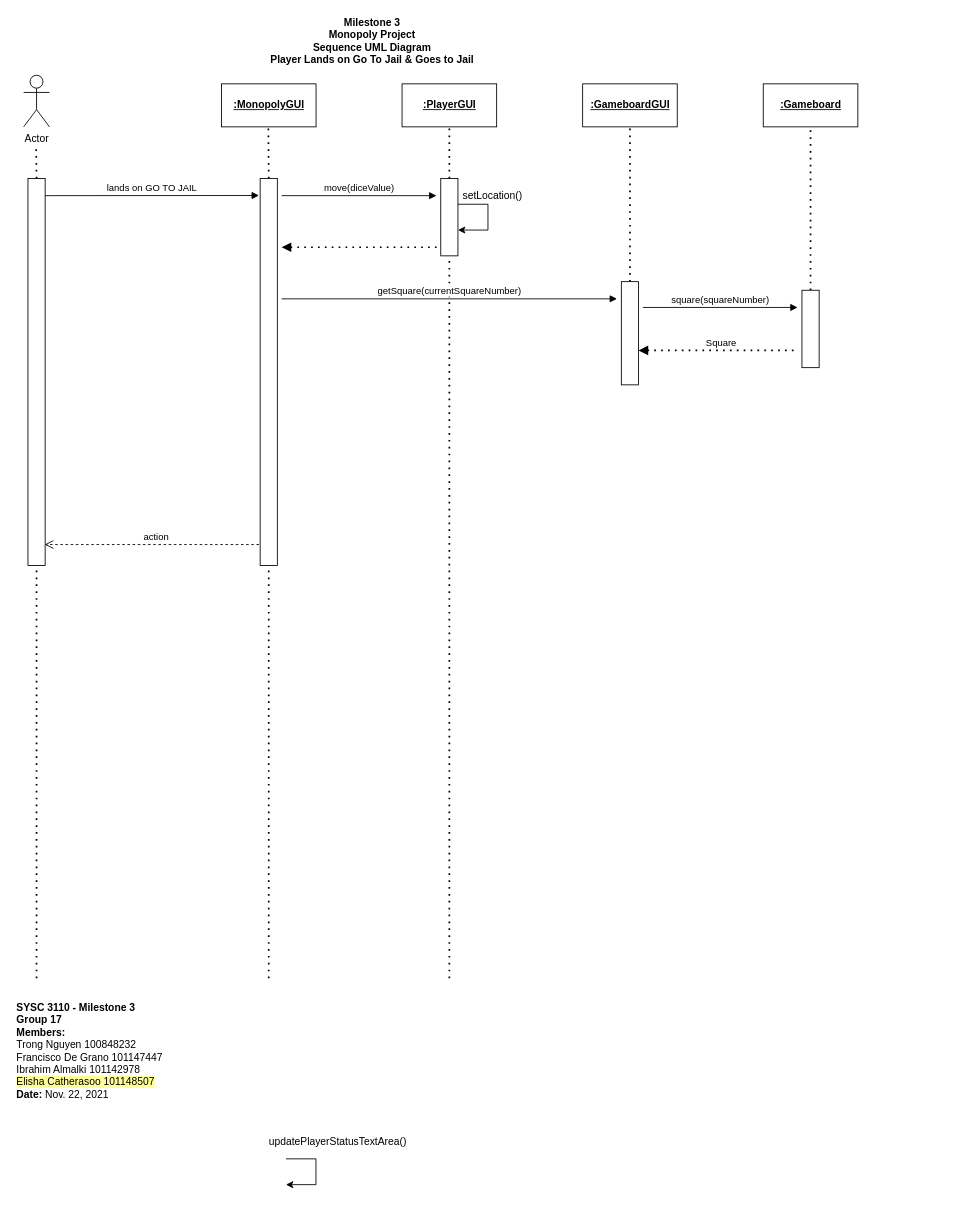
Before: page "SequenceUML_2" (3 of 5) of M3_ClassUML.drawio in trong0dn/monopoly, a draw.io diagram. Source tidied: cells renumbered, new cells numbered last; positions are measured from the earlier drawing's top-left corner, leaving out a move shared by most shapes. Both pictures are drawn from the tidied source at 86%, with x=0, y=0 at pixel (15, 15).
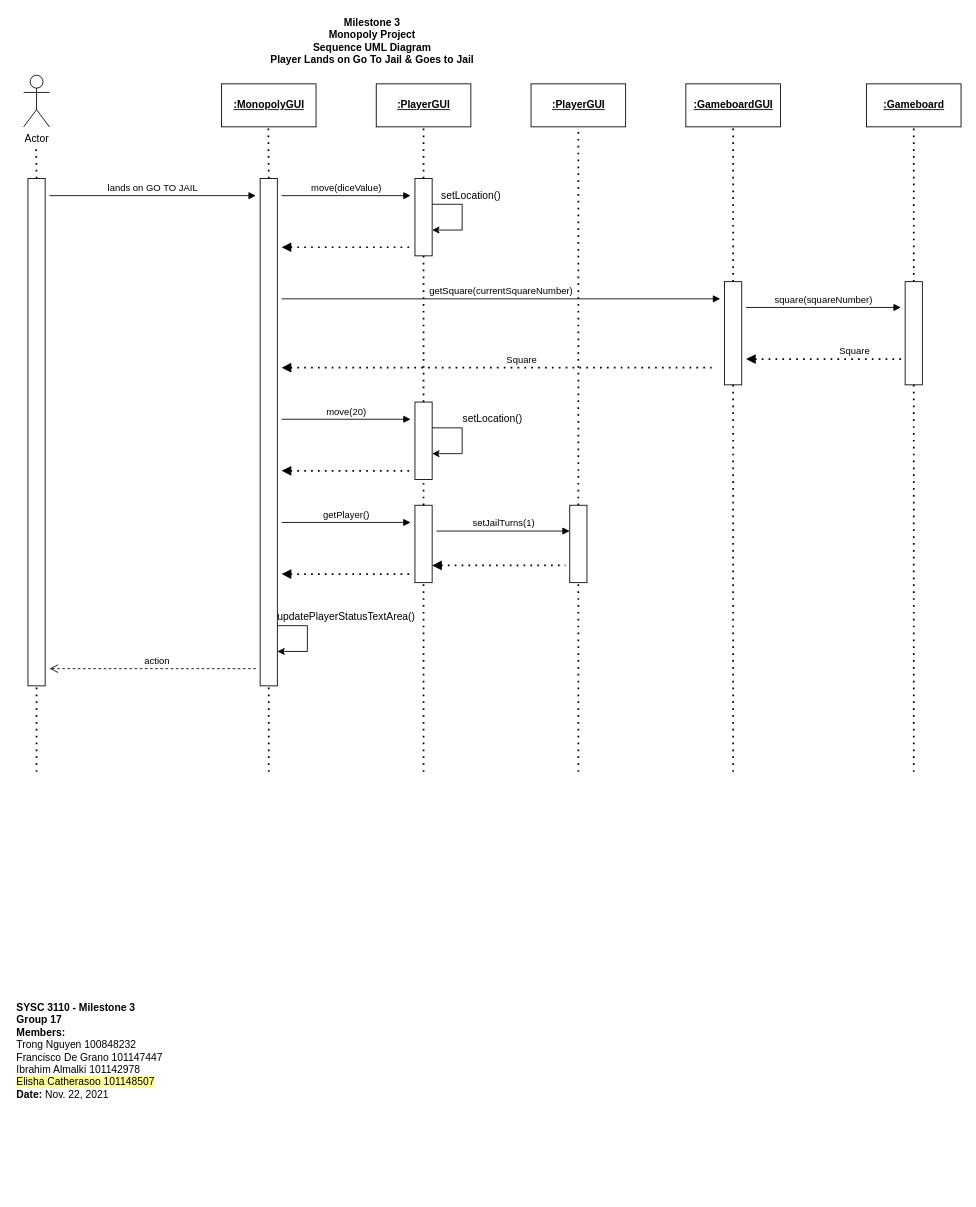
The same diagram, later.

Change to the diagram source:
```diff
@@
     <mxCell id="4" value="&lt;b&gt;&lt;u&gt;:PlayerGUI&lt;/u&gt;&lt;/b&gt;" style="html=1;align=center;" parent="1" vertex="1">
-      <mxGeometry x="450" y="80" width="110" height="50" as="geometry" />
+      <mxGeometry x="420" y="80" width="110" height="50" as="geometry" />
     </mxCell>
     <mxCell id="5" style="rounded=0;whiteSpace=wrap;html=1;align=left;" parent="1" vertex="1">
-      <mxGeometry x="495" y="190" width="20" height="90" as="geometry" />
+      <mxGeometry x="465" y="190" width="20" height="90" as="geometry" />
     </mxCell>
     <mxCell id="6" style="endArrow=none;dashed=1;html=1;dashPattern=1 3;strokeWidth=2;rounded=0;exitX=0.5;exitY=0;exitDx=0;exitDy=0;entryX=0.5;entryY=1;entryDx=0;entryDy=0;" parent="1" edge="1" source="5">
       <mxGeometry relative="1" as="geometry">
-        <mxPoint x="505" y="130" as="targetPoint" />
+        <mxPoint x="475" y="130" as="targetPoint" />
       </mxGeometry>
     </mxCell>
-    <mxCell id="7" style="endArrow=none;dashed=1;html=1;dashPattern=1 3;strokeWidth=2;rounded=0;entryX=0.5;entryY=1;entryDx=0;entryDy=0;" parent="1" edge="1" target="5">
-      <mxGeometry relative="1" as="geometry">
-        <mxPoint x="505" y="1120" as="sourcePoint" />
-      </mxGeometry>
+    <mxCell id="7" style="endArrow=none;dashed=1;html=1;dashPattern=1 3;strokeWidth=2;rounded=0;entryX=0.5;entryY=1;entryDx=0;entryDy=0;exitX=0.5;exitY=0;exitDx=0;exitDy=0;" parent="1" edge="1" source="42" target="5">
+      <mxGeometry relative="1" as="geometry" />
     </mxCell>
@@
     <mxCell id="9" style="rounded=0;whiteSpace=wrap;html=1;align=left;" parent="1" vertex="1">
-      <mxGeometry x="285" y="190" width="20" height="450" as="geometry" />
+      <mxGeometry x="285" y="190" width="20" height="590" as="geometry" />
     </mxCell>
     <mxCell id="10" value="move(diceValue)" style="html=1;verticalAlign=bottom;endArrow=block;rounded=0;" parent="1" edge="1">
       <mxGeometry relative="1" as="geometry">
         <mxPoint x="310" y="210" as="sourcePoint" />
-        <mxPoint x="490" y="210" as="targetPoint" />
+        <mxPoint x="460" y="210" as="targetPoint" />
       </mxGeometry>
     </mxCell>
@@
     <mxCell id="12" style="endArrow=none;dashed=1;html=1;dashPattern=1 3;strokeWidth=2;rounded=0;entryX=0.5;entryY=1;entryDx=0;entryDy=0;" parent="1" edge="1" target="9">
       <mxGeometry relative="1" as="geometry">
-        <mxPoint x="295" y="1120" as="sourcePoint" />
+        <mxPoint x="295" y="880" as="sourcePoint" />
       </mxGeometry>
     </mxCell>
     <mxCell id="13" value="updatePlayerStatusTextArea()" style="text;html=1;align=center;verticalAlign=middle;strokeColor=none;fillColor=none;" parent="1" vertex="1">
-      <mxGeometry x="285" y="1300" width="180" height="20" as="geometry" />
+      <mxGeometry x="295" y="690" width="180" height="20" as="geometry" />
     </mxCell>
     <mxCell id="14" style="group;" parent="1" vertex="1">
-      <mxGeometry x="315" y="1330" width="35" height="30" as="geometry" />
+      <mxGeometry x="305" y="710" width="35" height="30" as="geometry" />
     </mxCell>
@@
     <mxCell id="20" style="rounded=0;whiteSpace=wrap;html=1;align=left;" parent="1" vertex="1">
-      <mxGeometry x="15" y="190" width="20" height="450" as="geometry" />
+      <mxGeometry x="15" y="190" width="20" height="590" as="geometry" />
     </mxCell>
-    <mxCell id="21" value="lands on GO TO JAIL" style="html=1;verticalAlign=bottom;endArrow=block;rounded=0;entryX=-0.067;entryY=0.044;entryDx=0;entryDy=0;entryPerimeter=0;" parent="1" edge="1" target="9">
+    <mxCell id="21" value="lands on GO TO JAIL" style="html=1;verticalAlign=bottom;endArrow=block;rounded=0;" parent="1" edge="1">
       <mxGeometry relative="1" as="geometry">
-        <mxPoint x="35" y="210" as="sourcePoint" />
+        <mxPoint x="40" y="210" as="sourcePoint" />
+        <mxPoint x="280" y="210" as="targetPoint" />
       </mxGeometry>
     </mxCell>
-    <mxCell id="22" value="action" style="html=1;verticalAlign=bottom;endArrow=open;dashed=1;endSize=8;rounded=0;exitX=-0.067;exitY=0.946;exitDx=0;exitDy=0;entryX=0.975;entryY=0.946;entryDx=0;entryDy=0;entryPerimeter=0;align=center;exitPerimeter=0;" parent="1" edge="1" source="9" target="20">
-      <mxGeometry x="-0.04" relative="1" as="geometry" />
+    <mxCell id="22" value="action" style="html=1;verticalAlign=bottom;endArrow=open;dashed=1;endSize=8;rounded=0;align=center;" parent="1" edge="1">
+      <mxGeometry x="-0.04" relative="1" as="geometry">
+        <mxPoint x="280" y="760" as="sourcePoint" />
+        <mxPoint x="40" y="760" as="targetPoint" />
+      </mxGeometry>
     </mxCell>
     <mxCell id="23" style="endArrow=none;dashed=1;html=1;dashPattern=1 3;strokeWidth=2;rounded=0;entryX=0.5;entryY=1;entryDx=0;entryDy=0;" parent="1" edge="1" target="20">
       <mxGeometry relative="1" as="geometry">
-        <mxPoint x="25" y="1120" as="sourcePoint" />
+        <mxPoint x="25" y="880" as="sourcePoint" />
       </mxGeometry>
     </mxCell>
     <mxCell id="24" value="&lt;b&gt;&lt;u&gt;:GameboardGUI&lt;/u&gt;&lt;/b&gt;" style="html=1;align=center;" parent="1" vertex="1">
-      <mxGeometry x="660" y="80" width="110" height="50" as="geometry" />
+      <mxGeometry x="780" y="80" width="110" height="50" as="geometry" />
     </mxCell>
     <mxCell id="25" style="endArrow=none;dashed=1;html=1;dashPattern=1 3;strokeWidth=2;rounded=0;entryX=0.5;entryY=1;entryDx=0;entryDy=0;exitX=0.5;exitY=0;exitDx=0;exitDy=0;" parent="1" edge="1" source="31">
       <mxGeometry relative="1" as="geometry">
-        <mxPoint x="715" y="130" as="targetPoint" />
+        <mxPoint x="835" y="130" as="targetPoint" />
       </mxGeometry>
     </mxCell>
     <mxCell id="26" style="group;" parent="1" vertex="1">
-      <mxGeometry x="515" y="220" width="35" height="30" as="geometry" />
+      <mxGeometry x="485" y="220" width="35" height="30" as="geometry" />
     </mxCell>
@@
     <mxCell id="30" value="setLocation()" style="text;html=1;align=center;verticalAlign=middle;strokeColor=none;fillColor=none;" parent="1" vertex="1">
-      <mxGeometry x="510" y="200" width="90" height="20" as="geometry" />
+      <mxGeometry x="485" y="200" width="90" height="20" as="geometry" />
     </mxCell>
     <mxCell id="31" style="rounded=0;whiteSpace=wrap;html=1;align=left;" parent="1" vertex="1">
-      <mxGeometry x="705" y="310" width="20" height="120" as="geometry" />
+      <mxGeometry x="825" y="310" width="20" height="120" as="geometry" />
     </mxCell>
     <mxCell id="32" value="getSquare(currentSquareNumber)" style="html=1;verticalAlign=bottom;endArrow=block;rounded=0;" parent="1" edge="1">
       <mxGeometry relative="1" as="geometry">
         <mxPoint x="310" y="330" as="sourcePoint" />
-        <mxPoint x="700" y="330" as="targetPoint" />
+        <mxPoint x="820" y="330" as="targetPoint" />
       </mxGeometry>
     </mxCell>
     <mxCell id="33" style="endArrow=none;dashed=1;html=1;dashPattern=1 3;strokeWidth=2;rounded=0;startArrow=block;startFill=1;" parent="1" edge="1">
       <mxGeometry relative="1" as="geometry">
         <mxPoint x="310" y="270" as="sourcePoint" />
-        <mxPoint x="495" y="270" as="targetPoint" />
+        <mxPoint x="460" y="270" as="targetPoint" />
       </mxGeometry>
     </mxCell>
     <mxCell id="34" value="&lt;b&gt;&lt;u&gt;:Gameboard&lt;/u&gt;&lt;/b&gt;" style="html=1;align=center;" parent="1" vertex="1">
-      <mxGeometry x="870" y="80" width="110" height="50" as="geometry" />
+      <mxGeometry x="990" y="80" width="110" height="50" as="geometry" />
     </mxCell>
     <mxCell id="35" style="endArrow=none;dashed=1;html=1;dashPattern=1 3;strokeWidth=2;rounded=0;entryX=0.5;entryY=1;entryDx=0;entryDy=0;exitX=0.5;exitY=0;exitDx=0;exitDy=0;" parent="1" edge="1" source="36">
       <mxGeometry relative="1" as="geometry">
-        <mxPoint x="925" y="130" as="targetPoint" />
+        <mxPoint x="1045" y="130" as="targetPoint" />
       </mxGeometry>
     </mxCell>
     <mxCell id="36" style="rounded=0;whiteSpace=wrap;html=1;align=left;" parent="1" vertex="1">
-      <mxGeometry x="915" y="320" width="20" height="90" as="geometry" />
+      <mxGeometry x="1035" y="310" width="20" height="120" as="geometry" />
     </mxCell>
     <mxCell id="37" value="square(squareNumber)" style="html=1;verticalAlign=bottom;endArrow=block;rounded=0;" parent="1" edge="1">
       <mxGeometry relative="1" as="geometry">
-        <mxPoint x="730" y="340" as="sourcePoint" />
-        <mxPoint x="910" y="340" as="targetPoint" />
+        <mxPoint x="850" y="340" as="sourcePoint" />
+        <mxPoint x="1030" y="340" as="targetPoint" />
       </mxGeometry>
     </mxCell>
     <mxCell id="38" style="endArrow=none;dashed=1;html=1;dashPattern=1 3;strokeWidth=2;rounded=0;startArrow=block;startFill=1;" parent="1" edge="1">
       <mxGeometry relative="1" as="geometry">
-        <mxPoint x="725" y="390" as="sourcePoint" />
-        <mxPoint x="910" y="390" as="targetPoint" />
+        <mxPoint x="850" y="400" as="sourcePoint" />
+        <mxPoint x="1035" y="400" as="targetPoint" />
       </mxGeometry>
     </mxCell>
     <mxCell id="39" value="Square" style="edgeLabel;html=1;align=center;verticalAlign=middle;" parent="38" vertex="1">
       <mxGeometry x="0.16" y="1" relative="1" as="geometry">
-        <mxPoint x="-12" y="-9" as="offset" />
+        <mxPoint x="18" y="-9" as="offset" />
       </mxGeometry>
     </mxCell>
+    <mxCell id="40" style="endArrow=none;dashed=1;html=1;dashPattern=1 3;strokeWidth=2;rounded=0;startArrow=block;startFill=1;" parent="1" edge="1">
+      <mxGeometry relative="1" as="geometry">
+        <mxPoint x="310" y="410" as="sourcePoint" />
+        <mxPoint x="810" y="410" as="targetPoint" />
+      </mxGeometry>
+    </mxCell>
+    <mxCell id="41" value="Square" style="edgeLabel;html=1;align=center;verticalAlign=middle;" parent="40" vertex="1">
+      <mxGeometry x="0.16" y="1" relative="1" as="geometry">
+        <mxPoint x="-12" y="-9" as="offset" />
+      </mxGeometry>
+    </mxCell>
+    <mxCell id="42" style="rounded=0;whiteSpace=wrap;html=1;align=left;" parent="1" vertex="1">
+      <mxGeometry x="465" y="450" width="20" height="90" as="geometry" />
+    </mxCell>
+    <mxCell id="43" value="move(20)" style="html=1;verticalAlign=bottom;endArrow=block;rounded=0;" parent="1" edge="1">
+      <mxGeometry relative="1" as="geometry">
+        <mxPoint x="310" y="470" as="sourcePoint" />
+        <mxPoint x="460" y="470" as="targetPoint" />
+      </mxGeometry>
+    </mxCell>
+    <mxCell id="44" style="group;" parent="1" vertex="1">
+      <mxGeometry x="485" y="480" width="35" height="30" as="geometry" />
+    </mxCell>
+    <mxCell id="45" style="endArrow=none;html=1;rounded=0;" parent="44" edge="1">
+      <mxGeometry relative="1" as="geometry">
+        <mxPoint as="sourcePoint" />
+        <mxPoint x="35" as="targetPoint" />
+      </mxGeometry>
+    </mxCell>
+    <mxCell id="46" style="endArrow=none;html=1;rounded=0;" parent="44" edge="1">
+      <mxGeometry relative="1" as="geometry">
+        <mxPoint x="34.9" as="sourcePoint" />
+        <mxPoint x="34.9" y="30" as="targetPoint" />
+      </mxGeometry>
+    </mxCell>
+    <mxCell id="47" style="endArrow=classic;html=1;rounded=0;" parent="44" edge="1">
+      <mxGeometry relative="1" as="geometry">
+        <mxPoint x="35" y="30" as="sourcePoint" />
+        <mxPoint y="30" as="targetPoint" />
+      </mxGeometry>
+    </mxCell>
+    <mxCell id="48" value="setLocation()" style="text;html=1;align=center;verticalAlign=middle;strokeColor=none;fillColor=none;" parent="1" vertex="1">
+      <mxGeometry x="510" y="460" width="90" height="20" as="geometry" />
+    </mxCell>
+    <mxCell id="49" style="endArrow=none;dashed=1;html=1;dashPattern=1 3;strokeWidth=2;rounded=0;startArrow=block;startFill=1;" parent="1" edge="1">
+      <mxGeometry relative="1" as="geometry">
+        <mxPoint x="310" y="530" as="sourcePoint" />
+        <mxPoint x="460" y="530" as="targetPoint" />
+      </mxGeometry>
+    </mxCell>
+    <mxCell id="50" style="rounded=0;whiteSpace=wrap;html=1;align=left;" parent="1" vertex="1">
+      <mxGeometry x="465" y="570" width="20" height="90" as="geometry" />
+    </mxCell>
+    <mxCell id="51" style="endArrow=none;dashed=1;html=1;dashPattern=1 3;strokeWidth=2;rounded=0;entryX=0.5;entryY=1;entryDx=0;entryDy=0;exitX=0.5;exitY=0;exitDx=0;exitDy=0;" parent="1" edge="1" source="50" target="42">
+      <mxGeometry relative="1" as="geometry" />
+    </mxCell>
+    <mxCell id="52" value="getPlayer()" style="html=1;verticalAlign=bottom;endArrow=block;rounded=0;" parent="1" edge="1">
+      <mxGeometry relative="1" as="geometry">
+        <mxPoint x="310" y="590" as="sourcePoint" />
+        <mxPoint x="460" y="590" as="targetPoint" />
+      </mxGeometry>
+    </mxCell>
+    <mxCell id="53" style="endArrow=none;dashed=1;html=1;dashPattern=1 3;strokeWidth=2;rounded=0;startArrow=block;startFill=1;" parent="1" edge="1">
+      <mxGeometry relative="1" as="geometry">
+        <mxPoint x="310" y="650" as="sourcePoint" />
+        <mxPoint x="460" y="650" as="targetPoint" />
+      </mxGeometry>
+    </mxCell>
+    <mxCell id="54" value="&lt;b&gt;&lt;u&gt;:PlayerGUI&lt;/u&gt;&lt;/b&gt;" style="html=1;align=center;" parent="1" vertex="1">
+      <mxGeometry x="600" y="80" width="110" height="50" as="geometry" />
+    </mxCell>
+    <mxCell id="55" style="endArrow=none;dashed=1;html=1;dashPattern=1 3;strokeWidth=2;rounded=0;exitX=0.5;exitY=0;exitDx=0;exitDy=0;entryX=0.5;entryY=1;entryDx=0;entryDy=0;" parent="1" edge="1" source="56">
+      <mxGeometry relative="1" as="geometry">
+        <mxPoint x="655" y="130" as="targetPoint" />
+      </mxGeometry>
+    </mxCell>
+    <mxCell id="56" style="rounded=0;whiteSpace=wrap;html=1;align=left;" parent="1" vertex="1">
+      <mxGeometry x="645" y="570" width="20" height="90" as="geometry" />
+    </mxCell>
+    <mxCell id="57" value="setJailTurns(1)" style="html=1;verticalAlign=bottom;endArrow=block;rounded=0;" parent="1" edge="1">
+      <mxGeometry relative="1" as="geometry">
+        <mxPoint x="490" y="600" as="sourcePoint" />
+        <mxPoint x="645" y="600" as="targetPoint" />
+      </mxGeometry>
+    </mxCell>
+    <mxCell id="58" style="endArrow=none;dashed=1;html=1;dashPattern=1 3;strokeWidth=2;rounded=0;startArrow=block;startFill=1;" parent="1" edge="1">
+      <mxGeometry relative="1" as="geometry">
+        <mxPoint x="485" y="640" as="sourcePoint" />
+        <mxPoint x="640" y="640" as="targetPoint" />
+      </mxGeometry>
+    </mxCell>
+    <mxCell id="59" style="endArrow=none;dashed=1;html=1;dashPattern=1 3;strokeWidth=2;rounded=0;entryX=0.5;entryY=1;entryDx=0;entryDy=0;" parent="1" edge="1" target="50">
+      <mxGeometry relative="1" as="geometry">
+        <mxPoint x="475" y="880" as="sourcePoint" />
+      </mxGeometry>
+    </mxCell>
+    <mxCell id="60" style="endArrow=none;dashed=1;html=1;dashPattern=1 3;strokeWidth=2;rounded=0;entryX=0.5;entryY=1;entryDx=0;entryDy=0;" parent="1" edge="1" target="56">
+      <mxGeometry relative="1" as="geometry">
+        <mxPoint x="655" y="880" as="sourcePoint" />
+      </mxGeometry>
+    </mxCell>
+    <mxCell id="61" style="endArrow=none;dashed=1;html=1;dashPattern=1 3;strokeWidth=2;rounded=0;entryX=0.5;entryY=1;entryDx=0;entryDy=0;" parent="1" edge="1" target="31">
+      <mxGeometry relative="1" as="geometry">
+        <mxPoint x="835" y="880" as="sourcePoint" />
+      </mxGeometry>
+    </mxCell>
+    <mxCell id="62" style="endArrow=none;dashed=1;html=1;dashPattern=1 3;strokeWidth=2;rounded=0;entryX=0.5;entryY=1;entryDx=0;entryDy=0;" parent="1" edge="1" target="36">
+      <mxGeometry relative="1" as="geometry">
+        <mxPoint x="1045" y="880" as="sourcePoint" />
+      </mxGeometry>
+    </mxCell>
```
